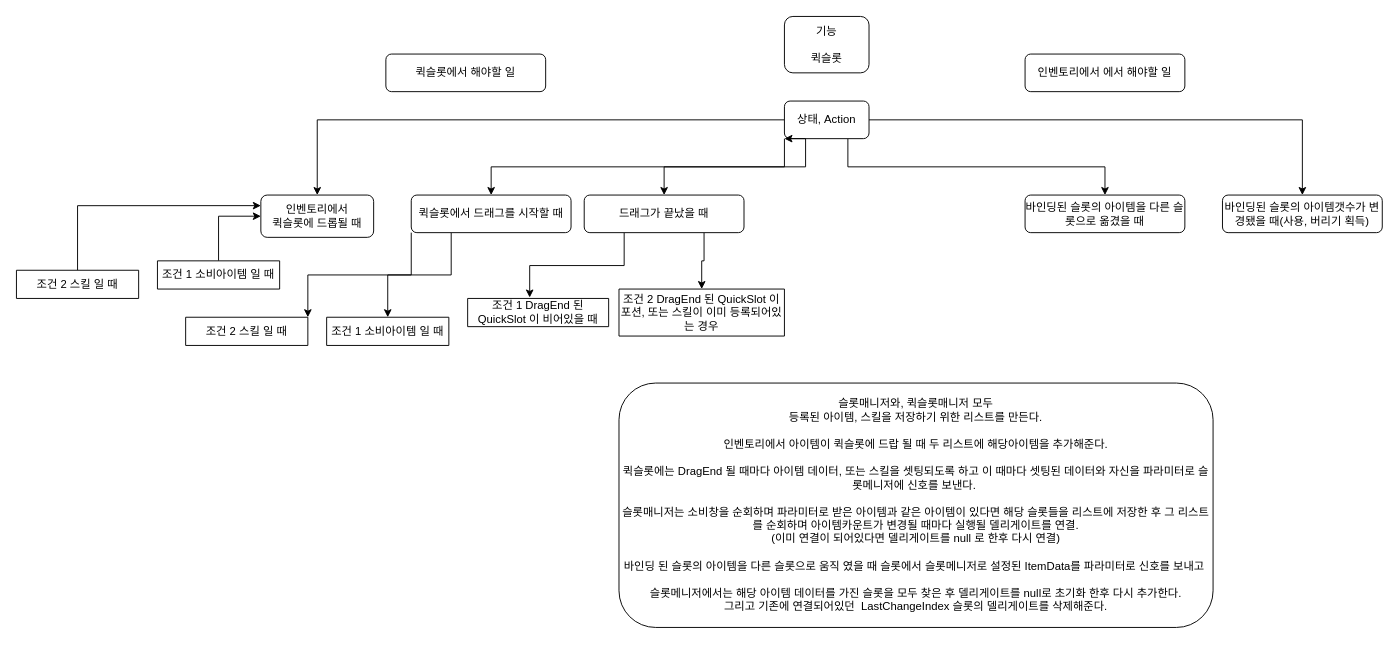
This is 다이어그램/퀵슬롯.drawio from steelfs/JY, a draw.io file, before an edit. Source tidied: cells renumbered, new cells numbered last; positions are measured from the earlier drawing's top-left corner, leaving out a move shared by most shapes. Both pictures are drawn from the tidied source at 94%, with x=0, y=0 at pixel (16, 16).
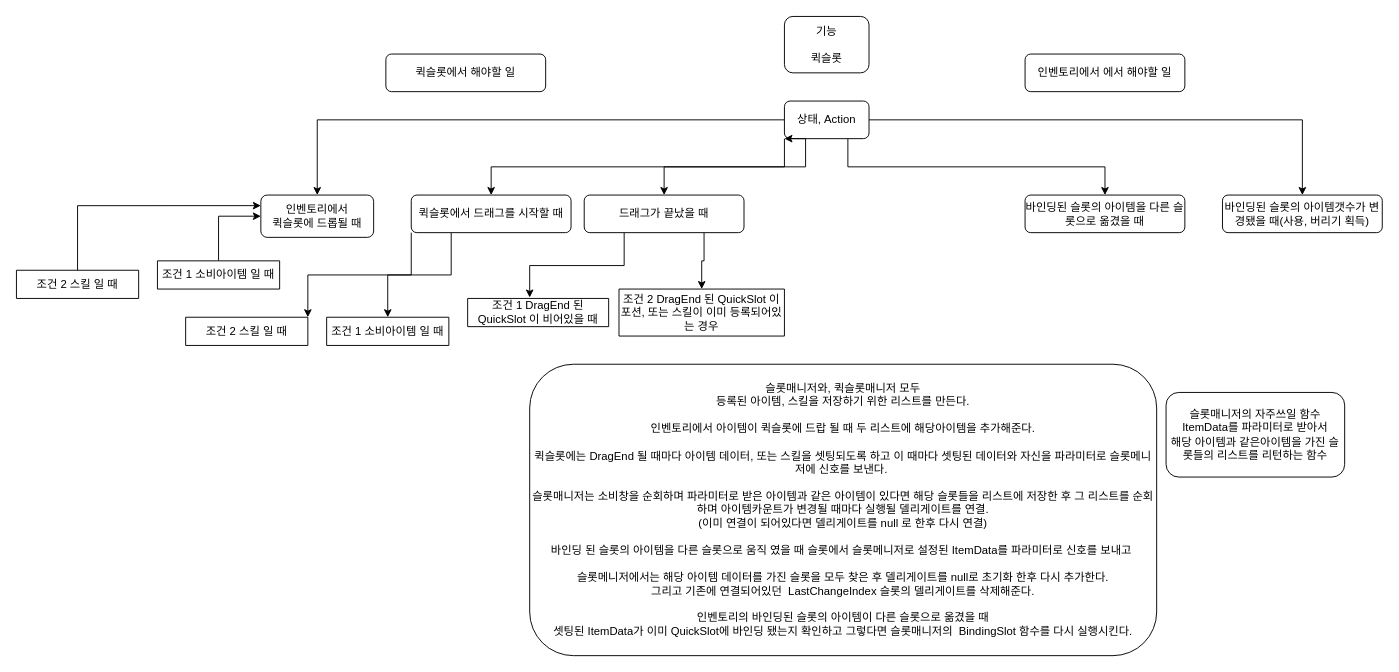
After the change.

Change to the diagram source:
```diff
@@
-    <mxCell id="29" value="슬롯매니저와, 퀵슬롯매니저 모두&lt;br&gt;등록된 아이템, 스킬을 저장하기 위한 리스트를 만든다.&lt;br&gt;&lt;br&gt;인벤토리에서 아이템이 퀵슬롯에 드랍 될 때 두 리스트에 해당아이템을 추가해준다.&lt;br&gt;&lt;br&gt;퀵슬롯에는 DragEnd 될 때마다 아이템 데이터, 또는 스킬을 셋팅되도록 하고 이 때마다 셋팅된 데이터와 자신을 파라미터로 슬롯메니저에 신호를 보낸다.&amp;nbsp;&lt;br&gt;&lt;br&gt;슬롯매니저는 소비창을 순회하며 파라미터로 받은 아이템과 같은 아이템이 있다면 해당 슬롯들을 리스트에 저장한 후 그 리스트를 순회하며 아이템카운트가 변경될 때마다 실행될 델리게이트를 연결.&lt;br&gt;(이미 연결이 되어있다면 델리게이트를 null 로 한후 다시 연결)&lt;br&gt;&lt;br&gt;바인딩 된 슬롯의 아이템을 다른 슬롯으로 움직 였을 때 슬롯에서 슬롯메니저로 설정된 ItemData를 파라미터로 신호를 보내고&amp;nbsp;&lt;br&gt;&lt;br&gt;슬롯메니저에서는 해당 아이템 데이터를 가진 슬롯을 모두 찾은 후 델리게이트를 null로 초기화 한후 다시 추가한다.&lt;br&gt;그리고 기존에 연결되어있던&amp;nbsp; LastChangeIndex 슬롯의 델리게이트를 삭제해준다." style="rounded=1;whiteSpace=wrap;html=1;" parent="1" vertex="1">
-      <mxGeometry x="641" y="390" width="632" height="260" as="geometry" />
+    <mxCell id="29" value="슬롯매니저와, 퀵슬롯매니저 모두&lt;br&gt;등록된 아이템, 스킬을 저장하기 위한 리스트를 만든다.&lt;br&gt;&lt;br&gt;인벤토리에서 아이템이 퀵슬롯에 드랍 될 때 두 리스트에 해당아이템을 추가해준다.&lt;br&gt;&lt;br&gt;퀵슬롯에는 DragEnd 될 때마다 아이템 데이터, 또는 스킬을 셋팅되도록 하고 이 때마다 셋팅된 데이터와 자신을 파라미터로 슬롯메니저에 신호를 보낸다.&amp;nbsp;&lt;br&gt;&lt;br&gt;슬롯매니저는 소비창을 순회하며 파라미터로 받은 아이템과 같은 아이템이 있다면 해당 슬롯들을 리스트에 저장한 후 그 리스트를 순회하며 아이템카운트가 변경될 때마다 실행될 델리게이트를 연결.&lt;br&gt;(이미 연결이 되어있다면 델리게이트를 null 로 한후 다시 연결)&lt;br&gt;&lt;br&gt;바인딩 된 슬롯의 아이템을 다른 슬롯으로 움직 였을 때 슬롯에서 슬롯메니저로 설정된 ItemData를 파라미터로 신호를 보내고&amp;nbsp;&lt;br&gt;&lt;br&gt;슬롯메니저에서는 해당 아이템 데이터를 가진 슬롯을 모두 찾은 후 델리게이트를 null로 초기화 한후 다시 추가한다.&lt;br&gt;그리고 기존에 연결되어있던&amp;nbsp; LastChangeIndex 슬롯의 델리게이트를 삭제해준다.&lt;br&gt;&lt;br&gt;인벤토리의 바인딩된 슬롯의 아이템이 다른 슬롯으로 옮겼을 때&lt;br&gt;셋팅된 ItemData가 이미 QuickSlot에 바인딩 됐는지 확인하고 그렇다면 슬롯매니저의&amp;nbsp; BindingSlot 함수를 다시 실행시킨다." style="rounded=1;whiteSpace=wrap;html=1;" parent="1" vertex="1">
+      <mxGeometry x="546" y="370" width="667" height="310" as="geometry" />
     </mxCell>
+    <mxCell id="30" value="슬롯매니저의 자주쓰일 함수&lt;br&gt;ItemData를 파라미터로 받아서&lt;br&gt;해당 아이템과 같은아이템을 가진 슬롯들의 리스트를 리턴하는 함수" style="rounded=1;whiteSpace=wrap;html=1;" parent="1" vertex="1">
+      <mxGeometry x="1223" y="400" width="190" height="90" as="geometry" />
+    </mxCell>
```
